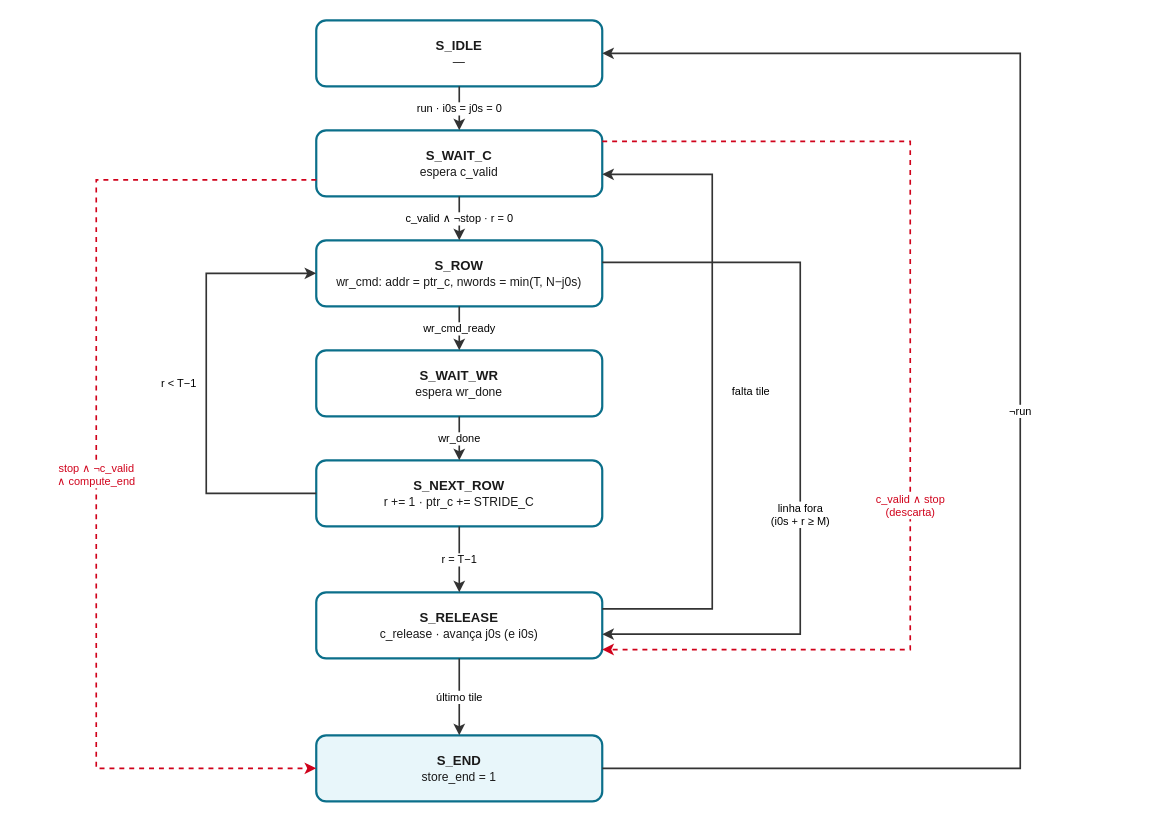
Above: docs/img/dma_store_fsm.drawio in jairsdev/rv32-dma (draw.io), before the change. Source tidied: cells renumbered, new cells numbered last; positions are measured from the earlier drawing's top-left corner, leaving out a move shared by most shapes. Both pictures are drawn from the tidied source at 110%, with x=0, y=0 at pixel (96, 20).
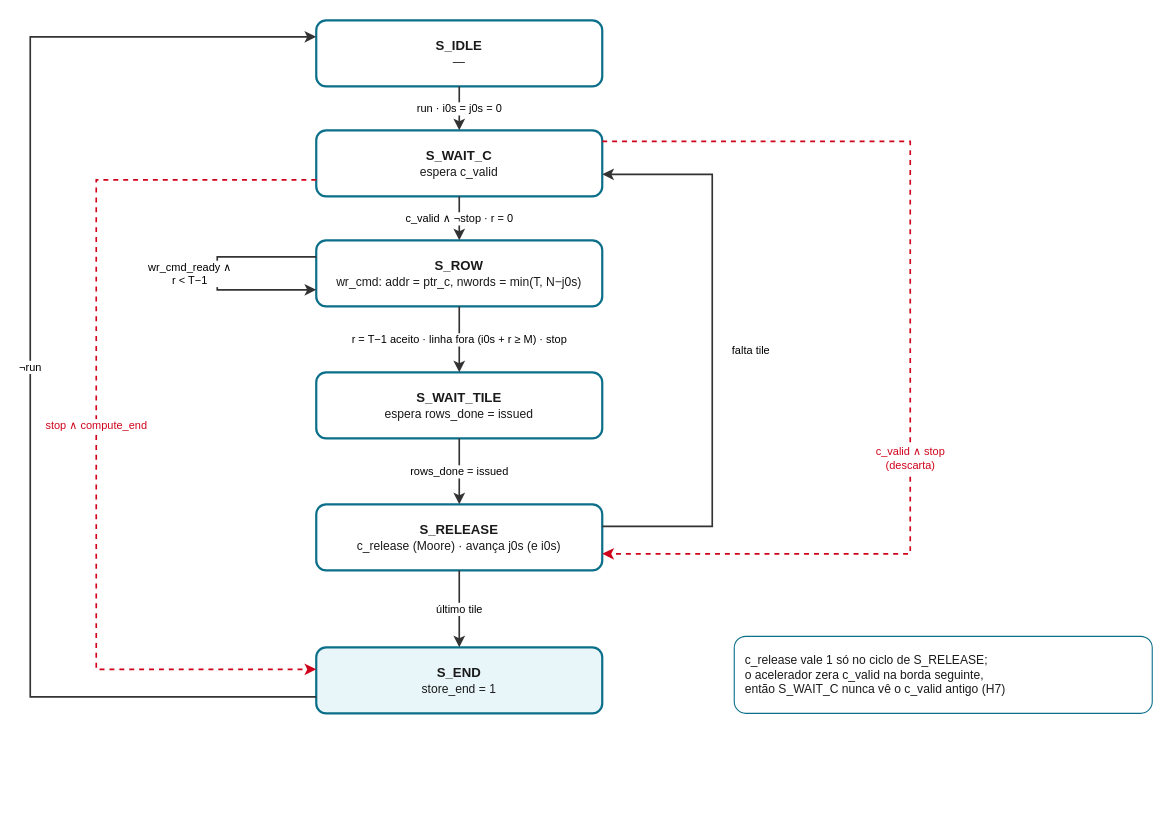
Above is the later version.

The change refers to these unchanged cells:
```xml
<mxCell id="2" value="S_IDLE&lt;br&gt;&lt;span style='font-weight:normal;font-size:11px'&gt;—&lt;/span&gt;" style="whiteSpace=wrap;html=1;fontSize=12;fontStyle=1;rounded=1;fillColor=#FFFFFF;strokeColor=#0B6F8A;strokeWidth=2;fontColor=#1A1A1A;" parent="1" vertex="1">
  <mxGeometry x="200" width="260" height="60" as="geometry" />
</mxCell>
<mxCell id="3" value="S_WAIT_C&lt;br&gt;&lt;span style='font-weight:normal;font-size:11px'&gt;espera c_valid&lt;/span&gt;" style="whiteSpace=wrap;html=1;fontSize=12;fontStyle=1;rounded=1;fillColor=#FFFFFF;strokeColor=#0B6F8A;strokeWidth=2;fontColor=#1A1A1A;" parent="1" vertex="1">
  <mxGeometry x="200" y="100" width="260" height="60" as="geometry" />
</mxCell>
<mxCell id="4" value="S_ROW&lt;br&gt;&lt;span style='font-weight:normal;font-size:11px'&gt;wr_cmd: addr = ptr_c, nwords = min(T, N−j0s)&lt;/span&gt;" style="whiteSpace=wrap;html=1;fontSize=12;fontStyle=1;rounded=1;fillColor=#FFFFFF;strokeColor=#0B6F8A;strokeWidth=2;fontColor=#1A1A1A;" parent="1" vertex="1">
  <mxGeometry x="200" y="200" width="260" height="60" as="geometry" />
</mxCell>
```

Diff of the diagram source:
```diff
@@
-    <mxCell id="5" value="S_WAIT_WR&lt;br&gt;&lt;span style='font-weight:normal;font-size:11px'&gt;espera wr_done&lt;/span&gt;" style="whiteSpace=wrap;html=1;fontSize=12;fontStyle=1;rounded=1;fillColor=#FFFFFF;strokeColor=#0B6F8A;strokeWidth=2;fontColor=#1A1A1A;" parent="1" vertex="1">
-      <mxGeometry x="200" y="300" width="260" height="60" as="geometry" />
-    </mxCell>
-    <mxCell id="6" value="S_NEXT_ROW&lt;br&gt;&lt;span style='font-weight:normal;font-size:11px'&gt;r += 1 · ptr_c += STRIDE_C&lt;/span&gt;" style="whiteSpace=wrap;html=1;fontSize=12;fontStyle=1;rounded=1;fillColor=#FFFFFF;strokeColor=#0B6F8A;strokeWidth=2;fontColor=#1A1A1A;" parent="1" vertex="1">
-      <mxGeometry x="200" y="400" width="260" height="60" as="geometry" />
-    </mxCell>
+    <mxCell id="21" value="S_WAIT_TILE&lt;br&gt;&lt;span style='font-weight:normal;font-size:11px'&gt;espera rows_done = issued&lt;/span&gt;" style="whiteSpace=wrap;html=1;fontSize=12;fontStyle=1;rounded=1;fillColor=#FFFFFF;strokeColor=#0B6F8A;strokeWidth=2;fontColor=#1A1A1A;" parent="1" vertex="1">
+      <mxGeometry x="200" y="320" width="260" height="60" as="geometry" />
+    </mxCell>
-    <mxCell id="7" value="S_RELEASE&lt;br&gt;&lt;span style='font-weight:normal;font-size:11px'&gt;c_release · avança j0s (e i0s)&lt;/span&gt;" style="whiteSpace=wrap;html=1;fontSize=12;fontStyle=1;rounded=1;fillColor=#FFFFFF;strokeColor=#0B6F8A;strokeWidth=2;fontColor=#1A1A1A;" parent="1" vertex="1">
-      <mxGeometry x="200" y="520" width="260" height="60" as="geometry" />
+    <mxCell id="7" value="S_RELEASE&lt;br&gt;&lt;span style='font-weight:normal;font-size:11px'&gt;c_release (Moore) · avança j0s (e i0s)&lt;/span&gt;" style="whiteSpace=wrap;html=1;fontSize=12;fontStyle=1;rounded=1;fillColor=#FFFFFF;strokeColor=#0B6F8A;strokeWidth=2;fontColor=#1A1A1A;" parent="1" vertex="1">
+      <mxGeometry x="200" y="440" width="260" height="60" as="geometry" />
     </mxCell>
     <mxCell id="8" value="S_END&lt;br&gt;&lt;span style='font-weight:normal;font-size:11px'&gt;store_end = 1&lt;/span&gt;" style="whiteSpace=wrap;html=1;fontSize=12;fontStyle=1;rounded=1;fillColor=#E8F6FA;strokeColor=#0B6F8A;strokeWidth=2;fontColor=#1A1A1A;" parent="1" vertex="1">
-      <mxGeometry x="200" y="650" width="260" height="60" as="geometry" />
+      <mxGeometry x="200" y="570" width="260" height="60" as="geometry" />
     </mxCell>
@@
-    <mxCell id="11" value="wr_cmd_ready" style="edgeStyle=orthogonalEdgeStyle;rounded=0;html=1;fontSize=10;labelBackgroundColor=#FFFFFF;startArrow=classic;startFill=1;endArrow=classic;endFill=1;strokeWidth=2;strokeColor=#333333;strokeWidth=1.5;startArrow=none;strokeColor=#333333;exitX=0.5000;exitY=1.0000;exitDx=0;exitDy=0;entryX=0.5000;entryY=0.0000;entryDx=0;entryDy=0;" parent="1" edge="1" source="4" target="5">
-      <mxGeometry relative="1" as="geometry" />
+    <mxCell id="11" value="wr_cmd_ready ∧&lt;br&gt;r &amp;lt; T−1" style="edgeStyle=orthogonalEdgeStyle;rounded=0;html=1;fontSize=10;labelBackgroundColor=#FFFFFF;startArrow=classic;startFill=1;endArrow=classic;endFill=1;strokeWidth=2;strokeColor=#333333;strokeWidth=1.5;startArrow=none;strokeColor=#333333;exitX=0.0000;exitY=0.2500;exitDx=0;exitDy=0;entryX=0.0000;entryY=0.7500;entryDx=0;entryDy=0;" parent="1" edge="1" source="4" target="4">
+      <mxGeometry relative="1" as="geometry">
+        <Array as="points">
+          <mxPoint x="110" y="215" />
+          <mxPoint x="110" y="245" />
+        </Array>
+        <mxPoint x="-25" as="offset" />
+      </mxGeometry>
     </mxCell>
-    <mxCell id="12" value="wr_done" style="edgeStyle=orthogonalEdgeStyle;rounded=0;html=1;fontSize=10;labelBackgroundColor=#FFFFFF;startArrow=classic;startFill=1;endArrow=classic;endFill=1;strokeWidth=2;strokeColor=#333333;strokeWidth=1.5;startArrow=none;strokeColor=#333333;exitX=0.5000;exitY=1.0000;exitDx=0;exitDy=0;entryX=0.5000;entryY=0.0000;entryDx=0;entryDy=0;" parent="1" edge="1" source="5" target="6">
+    <mxCell id="12" value="r = T−1 aceito · linha fora (i0s + r ≥ M) · stop" style="edgeStyle=orthogonalEdgeStyle;rounded=0;html=1;fontSize=10;labelBackgroundColor=#FFFFFF;startArrow=classic;startFill=1;endArrow=classic;endFill=1;strokeWidth=2;strokeColor=#333333;strokeWidth=1.5;startArrow=none;strokeColor=#333333;exitX=0.5000;exitY=1.0000;exitDx=0;exitDy=0;entryX=0.5000;entryY=0.0000;entryDx=0;entryDy=0;" parent="1" edge="1" source="4" target="21">
       <mxGeometry relative="1" as="geometry" />
     </mxCell>
-    <mxCell id="13" value="r &amp;lt; T−1" style="edgeStyle=orthogonalEdgeStyle;rounded=0;html=1;fontSize=10;labelBackgroundColor=#FFFFFF;startArrow=classic;startFill=1;endArrow=classic;endFill=1;strokeWidth=2;strokeColor=#333333;strokeWidth=1.5;startArrow=none;strokeColor=#333333;exitX=0.0000;exitY=0.5000;exitDx=0;exitDy=0;entryX=0.0000;entryY=0.5000;entryDx=0;entryDy=0;" parent="1" edge="1" source="6" target="4">
-      <mxGeometry relative="1" as="geometry">
-        <Array as="points">
-          <mxPoint x="100" y="430" />
-          <mxPoint x="100" y="230" />
-        </Array>
-        <mxPoint x="-25" as="offset" />
-      </mxGeometry>
+    <mxCell id="13" value="rows_done = issued" style="edgeStyle=orthogonalEdgeStyle;rounded=0;html=1;fontSize=10;labelBackgroundColor=#FFFFFF;startArrow=classic;startFill=1;endArrow=classic;endFill=1;strokeWidth=2;strokeColor=#333333;strokeWidth=1.5;startArrow=none;strokeColor=#333333;exitX=0.5000;exitY=1.0000;exitDx=0;exitDy=0;entryX=0.5000;entryY=0.0000;entryDx=0;entryDy=0;" parent="1" edge="1" source="21" target="7">
+      <mxGeometry relative="1" as="geometry" />
     </mxCell>
-    <mxCell id="14" value="r = T−1" style="edgeStyle=orthogonalEdgeStyle;rounded=0;html=1;fontSize=10;labelBackgroundColor=#FFFFFF;startArrow=classic;startFill=1;endArrow=classic;endFill=1;strokeWidth=2;strokeColor=#333333;strokeWidth=1.5;startArrow=none;strokeColor=#333333;exitX=0.5000;exitY=1.0000;exitDx=0;exitDy=0;entryX=0.5000;entryY=0.0000;entryDx=0;entryDy=0;" parent="1" edge="1" source="6" target="7">
-      <mxGeometry relative="1" as="geometry" />
+    <mxCell id="14" value="falta tile" style="edgeStyle=orthogonalEdgeStyle;rounded=0;html=1;fontSize=10;labelBackgroundColor=#FFFFFF;startArrow=classic;startFill=1;endArrow=classic;endFill=1;strokeWidth=2;strokeColor=#333333;strokeWidth=1.5;startArrow=none;strokeColor=#333333;exitX=1.0000;exitY=0.3333;exitDx=0;exitDy=0;entryX=1.0000;entryY=0.6667;entryDx=0;entryDy=0;" parent="1" edge="1" source="7" target="3">
+      <mxGeometry relative="1" as="geometry">
+        <Array as="points">
+          <mxPoint x="560" y="460" />
+          <mxPoint x="560" y="140" />
+        </Array>
+        <mxPoint x="35" as="offset" />
+      </mxGeometry>
     </mxCell>
-    <mxCell id="15" value="falta tile" style="edgeStyle=orthogonalEdgeStyle;rounded=0;html=1;fontSize=10;labelBackgroundColor=#FFFFFF;startArrow=classic;startFill=1;endArrow=classic;endFill=1;strokeWidth=2;strokeColor=#333333;strokeWidth=1.5;startArrow=none;strokeColor=#333333;exitX=1.0000;exitY=0.2500;exitDx=0;exitDy=0;entryX=1.0000;entryY=0.6667;entryDx=0;entryDy=0;" parent="1" edge="1" source="7" target="3">
+    <mxCell id="15" value="c_valid ∧ stop&lt;br&gt;(descarta)" style="edgeStyle=orthogonalEdgeStyle;rounded=0;html=1;fontSize=10;labelBackgroundColor=#FFFFFF;startArrow=classic;startFill=1;endArrow=classic;endFill=1;strokeWidth=2;strokeColor=#333333;strokeWidth=1.5;startArrow=none;strokeColor=#333333;dashed=1;strokeColor=#D0021B;fontColor=#D0021B;exitX=1.0000;exitY=0.1667;exitDx=0;exitDy=0;entryX=1.0000;entryY=0.7500;entryDx=0;entryDy=0;" parent="1" edge="1" source="3" target="7">
       <mxGeometry relative="1" as="geometry">
         <Array as="points">
-          <mxPoint x="560" y="535" />
-          <mxPoint x="560" y="140" />
+          <mxPoint x="740" y="110" />
+          <mxPoint x="740" y="485" />
         </Array>
-        <mxPoint x="35" as="offset" />
+        <mxPoint y="100" as="offset" />
       </mxGeometry>
     </mxCell>
-    <mxCell id="16" value="linha fora&lt;br&gt;(i0s + r ≥ M)" style="edgeStyle=orthogonalEdgeStyle;rounded=0;html=1;fontSize=10;labelBackgroundColor=#FFFFFF;startArrow=classic;startFill=1;endArrow=classic;endFill=1;strokeWidth=2;strokeColor=#333333;strokeWidth=1.5;startArrow=none;strokeColor=#333333;exitX=1.0000;exitY=0.3333;exitDx=0;exitDy=0;entryX=1.0000;entryY=0.6333;entryDx=0;entryDy=0;" parent="1" edge="1" source="4" target="7">
-      <mxGeometry relative="1" as="geometry">
-        <Array as="points">
-          <mxPoint x="640" y="220" />
-          <mxPoint x="640" y="558" />
-        </Array>
-        <mxPoint y="60" as="offset" />
-      </mxGeometry>
+    <mxCell id="16" value="último tile" style="edgeStyle=orthogonalEdgeStyle;rounded=0;html=1;fontSize=10;labelBackgroundColor=#FFFFFF;startArrow=classic;startFill=1;endArrow=classic;endFill=1;strokeWidth=2;strokeColor=#333333;strokeWidth=1.5;startArrow=none;strokeColor=#333333;exitX=0.5000;exitY=1.0000;exitDx=0;exitDy=0;entryX=0.5000;entryY=0.0000;entryDx=0;entryDy=0;" parent="1" edge="1" source="7" target="8">
+      <mxGeometry relative="1" as="geometry" />
     </mxCell>
-    <mxCell id="17" value="c_valid ∧ stop&lt;br&gt;(descarta)" style="edgeStyle=orthogonalEdgeStyle;rounded=0;html=1;fontSize=10;labelBackgroundColor=#FFFFFF;startArrow=classic;startFill=1;endArrow=classic;endFill=1;strokeWidth=2;strokeColor=#333333;strokeWidth=1.5;startArrow=none;strokeColor=#333333;dashed=1;strokeColor=#D0021B;fontColor=#D0021B;exitX=1.0000;exitY=0.1667;exitDx=0;exitDy=0;entryX=1.0000;entryY=0.8667;entryDx=0;entryDy=0;" parent="1" edge="1" source="3" target="7">
+    <mxCell id="17" value="stop ∧ compute_end" style="edgeStyle=orthogonalEdgeStyle;rounded=0;html=1;fontSize=10;labelBackgroundColor=#FFFFFF;startArrow=classic;startFill=1;endArrow=classic;endFill=1;strokeWidth=2;strokeColor=#333333;strokeWidth=1.5;startArrow=none;strokeColor=#333333;dashed=1;strokeColor=#D0021B;fontColor=#D0021B;exitX=0.0000;exitY=0.7500;exitDx=0;exitDy=0;entryX=0.0000;entryY=0.3333;entryDx=0;entryDy=0;" parent="1" edge="1" source="3" target="8">
       <mxGeometry relative="1" as="geometry">
         <Array as="points">
-          <mxPoint x="740" y="110" />
-          <mxPoint x="740" y="572" />
+          <mxPoint y="145" />
+          <mxPoint y="590" />
         </Array>
-        <mxPoint y="100" as="offset" />
       </mxGeometry>
     </mxCell>
-    <mxCell id="18" value="último tile" style="edgeStyle=orthogonalEdgeStyle;rounded=0;html=1;fontSize=10;labelBackgroundColor=#FFFFFF;startArrow=classic;startFill=1;endArrow=classic;endFill=1;strokeWidth=2;strokeColor=#333333;strokeWidth=1.5;startArrow=none;strokeColor=#333333;exitX=0.5000;exitY=1.0000;exitDx=0;exitDy=0;entryX=0.5000;entryY=0.0000;entryDx=0;entryDy=0;" parent="1" edge="1" source="7" target="8">
-      <mxGeometry relative="1" as="geometry" />
+    <mxCell id="18" value="¬run" style="edgeStyle=orthogonalEdgeStyle;rounded=0;html=1;fontSize=10;labelBackgroundColor=#FFFFFF;startArrow=classic;startFill=1;endArrow=classic;endFill=1;strokeWidth=2;strokeColor=#333333;strokeWidth=1.5;startArrow=none;strokeColor=#333333;exitX=0.0000;exitY=0.7500;exitDx=0;exitDy=0;entryX=0.0000;entryY=0.2500;entryDx=0;entryDy=0;" parent="1" edge="1" source="8" target="2">
+      <mxGeometry relative="1" as="geometry">
+        <Array as="points">
+          <mxPoint x="-60" y="615" />
+          <mxPoint x="-60" y="15" />
+        </Array>
+      </mxGeometry>
     </mxCell>
-    <mxCell id="19" value="stop ∧ ¬c_valid&lt;br&gt;∧ compute_end" style="edgeStyle=orthogonalEdgeStyle;rounded=0;html=1;fontSize=10;labelBackgroundColor=#FFFFFF;startArrow=classic;startFill=1;endArrow=classic;endFill=1;strokeWidth=2;strokeColor=#333333;strokeWidth=1.5;startArrow=none;strokeColor=#333333;dashed=1;strokeColor=#D0021B;fontColor=#D0021B;exitX=0.0000;exitY=0.7500;exitDx=0;exitDy=0;entryX=0.0000;entryY=0.5000;entryDx=0;entryDy=0;" parent="1" edge="1" source="3" target="8">
-      <mxGeometry relative="1" as="geometry">
-        <Array as="points">
-          <mxPoint y="145" />
-          <mxPoint y="680" />
-        </Array>
-      </mxGeometry>
-    </mxCell>
-    <mxCell id="20" value="¬run" style="edgeStyle=orthogonalEdgeStyle;rounded=0;html=1;fontSize=10;labelBackgroundColor=#FFFFFF;startArrow=classic;startFill=1;endArrow=classic;endFill=1;strokeWidth=2;strokeColor=#333333;strokeWidth=1.5;startArrow=none;strokeColor=#333333;exitX=1.0000;exitY=0.5000;exitDx=0;exitDy=0;entryX=1.0000;entryY=0.5000;entryDx=0;entryDy=0;" parent="1" edge="1" source="8" target="2">
-      <mxGeometry relative="1" as="geometry">
-        <Array as="points">
-          <mxPoint x="840" y="680" />
-          <mxPoint x="840" y="30" />
-        </Array>
-      </mxGeometry>
-    </mxCell>
+    <mxCell id="22" value="c_release vale 1 só no ciclo de S_RELEASE;&lt;br&gt;o acelerador zera c_valid na borda seguinte,&lt;br&gt;então S_WAIT_C nunca vê o c_valid antigo (H7)" style="rounded=1;whiteSpace=wrap;html=1;fontSize=11;fillColor=#FFFFFF;strokeColor=#0B6F8A;fontColor=#1A1A1A;align=left;spacingLeft=8;" parent="1" vertex="1">
+      <mxGeometry x="580" y="560" width="380" height="70" as="geometry" />
+    </mxCell>
```
